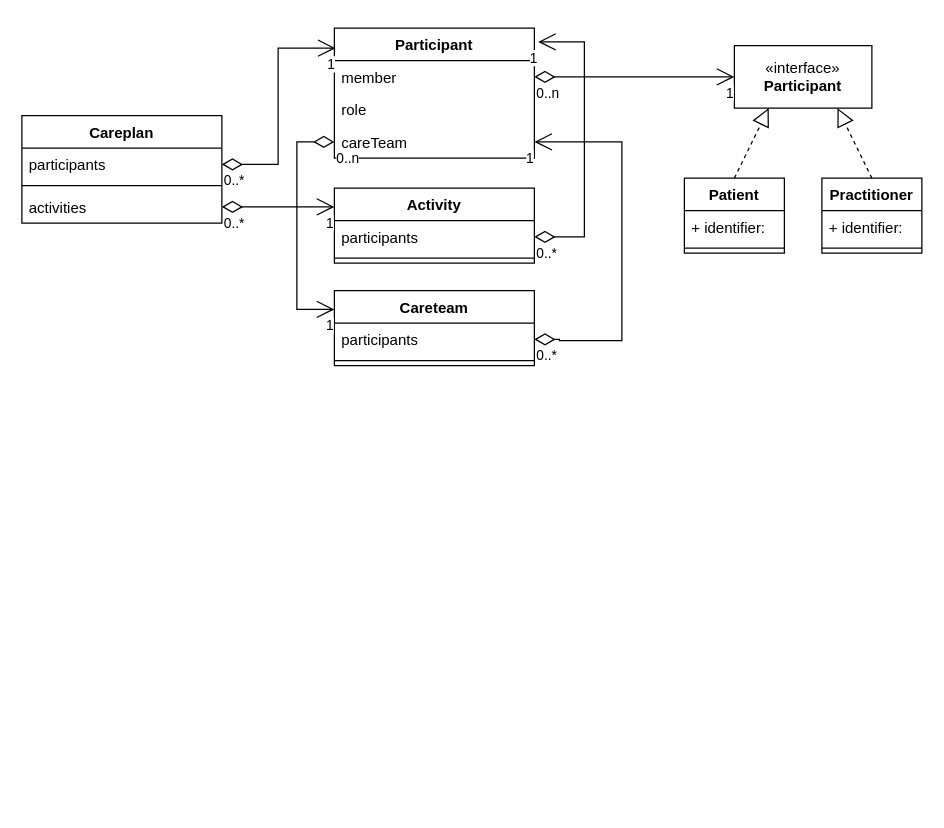
The draw.io diagram topics/KT1 to KT2_migration.drawio in Koppeltaal/Koppeltaal-2.0-Specificaties-en-Architectuur, before the edit. Source tidied: cells renumbered, new cells numbered last; positions are measured from the earlier drawing's top-left corner, leaving out a move shared by most shapes. Both pictures are drawn from the tidied source at 125%, with x=0, y=0 at pixel (21, 28).
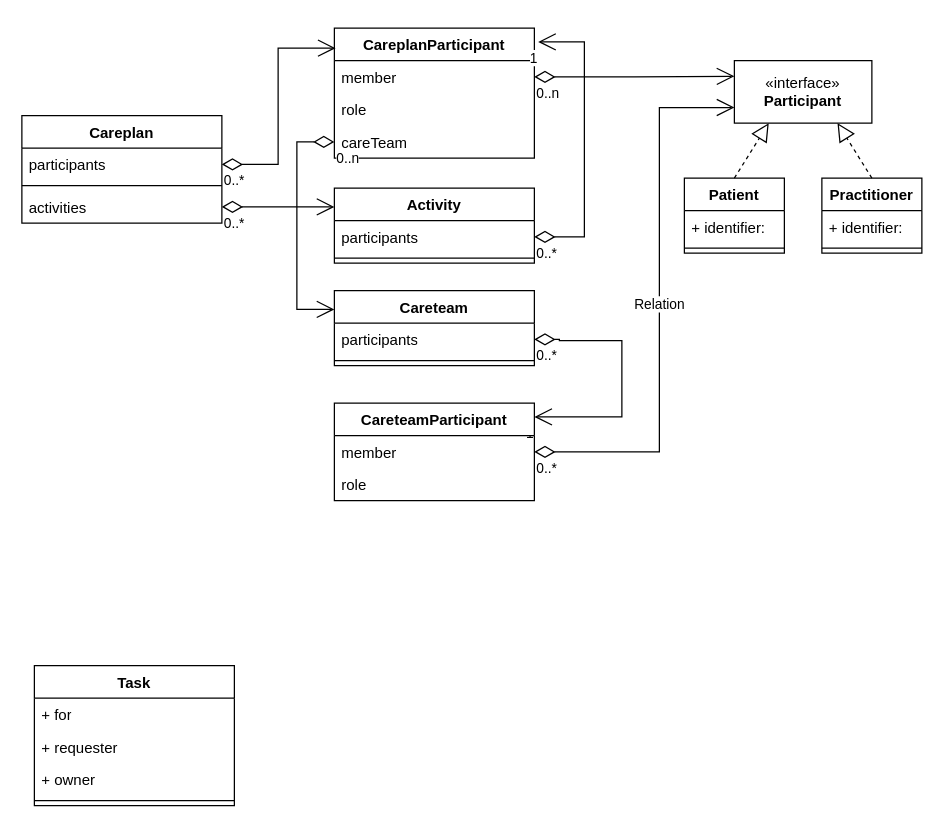
The same diagram, later.

Unchanged cells that the change refers to:
```xml
<mxCell id="7" value="member&lt;br&gt;" style="text;strokeColor=none;fillColor=none;align=left;verticalAlign=top;spacingLeft=4;spacingRight=4;overflow=hidden;points=[[0,0.5],[1,0.5]];portConstraint=eastwest;whiteSpace=wrap;html=1;" parent="6" vertex="1">
  <mxGeometry y="26" width="160" height="26" as="geometry" />
</mxCell>
<mxCell id="9" value="careTeam" style="text;strokeColor=none;fillColor=none;align=left;verticalAlign=top;spacingLeft=4;spacingRight=4;overflow=hidden;points=[[0,0.5],[1,0.5]];portConstraint=eastwest;whiteSpace=wrap;html=1;" parent="6" vertex="1">
  <mxGeometry y="78" width="160" height="26" as="geometry" />
</mxCell>
<mxCell id="10" style="endArrow=open;html=1;endSize=12;startArrow=diamondThin;startSize=14;startFill=0;edgeStyle=orthogonalEdgeStyle;rounded=0;entryX=0.006;entryY=0.154;entryDx=0;entryDy=0;entryPerimeter=0;" parent="1" edge="1" source="3" target="6">
  <mxGeometry relative="1" as="geometry" />
</mxCell>
<mxCell id="16" style="endArrow=open;html=1;endSize=12;startArrow=diamondThin;startSize=14;startFill=0;edgeStyle=orthogonalEdgeStyle;rounded=0;exitX=1;exitY=0.5;exitDx=0;exitDy=0;entryX=0;entryY=0.25;entryDx=0;entryDy=0;" parent="1" edge="1" source="5" target="13">
  <mxGeometry relative="1" as="geometry" />
</mxCell>
<mxCell id="35" value="partici&lt;span style=&quot;white-space: pre;&quot;&gt;pants&lt;/span&gt;" style="text;strokeColor=none;fillColor=none;align=left;verticalAlign=top;spacingLeft=4;spacingRight=4;overflow=hidden;points=[[0,0.5],[1,0.5]];portConstraint=eastwest;whiteSpace=wrap;html=1;" parent="34" vertex="1">
  <mxGeometry y="26" width="160" height="26" as="geometry" />
</mxCell>
<mxCell id="40" style="endArrow=open;html=1;endSize=12;startArrow=diamondThin;startSize=14;startFill=0;edgeStyle=orthogonalEdgeStyle;rounded=0;exitX=0;exitY=0.5;exitDx=0;exitDy=0;entryX=0;entryY=0.25;entryDx=0;entryDy=0;" parent="1" edge="1" source="9" target="34">
  <mxGeometry relative="1" as="geometry">
    <Array as="points">
      <mxPoint x="220" y="91" />
      <mxPoint x="220" y="225" />
    </Array>
  </mxGeometry>
</mxCell>
```

Diff of the diagram source:
```diff
@@
-    <mxCell id="6" value="Participant" style="swimlane;fontStyle=1;align=center;verticalAlign=top;horizontal=1;startSize=26;whiteSpace=wrap;html=1;" parent="1" vertex="1">
+    <mxCell id="6" value="CareplanParticipant" style="swimlane;fontStyle=1;align=center;verticalAlign=top;horizontal=1;startSize=26;whiteSpace=wrap;html=1;" parent="1" vertex="1">
       <mxGeometry x="250" width="160" height="104" as="geometry" />
     </mxCell>
@@
-    <mxCell id="12" value="1" style="edgeLabel;html=1;align=right;verticalAlign=top;" parent="10" vertex="1">
-      <mxGeometry x="1" relative="1" as="geometry" />
-    </mxCell>
@@
-    <mxCell id="18" value="1" style="edgeLabel;html=1;align=right;verticalAlign=top;" parent="16" vertex="1">
-      <mxGeometry x="1" relative="1" as="geometry" />
-    </mxCell>
@@
     <mxCell id="22" value="«interface»&lt;br&gt;&lt;b&gt;Participant&lt;/b&gt;" style="html=1;whiteSpace=wrap;" parent="1" vertex="1">
-      <mxGeometry x="570" y="14" width="110" height="50" as="geometry" />
+      <mxGeometry x="570" y="26" width="110" height="50" as="geometry" />
     </mxCell>
@@
-    <mxCell id="31" style="endArrow=open;html=1;endSize=12;startArrow=diamondThin;startSize=14;startFill=0;edgeStyle=orthogonalEdgeStyle;rounded=0;exitX=1;exitY=0.5;exitDx=0;exitDy=0;entryX=0;entryY=0.5;entryDx=0;entryDy=0;" parent="1" edge="1" source="7" target="22">
+    <mxCell id="31" style="endArrow=open;html=1;endSize=12;startArrow=diamondThin;startSize=14;startFill=0;edgeStyle=orthogonalEdgeStyle;rounded=0;exitX=1;exitY=0.5;exitDx=0;exitDy=0;entryX=0;entryY=0.25;entryDx=0;entryDy=0;" parent="1" edge="1" source="7" target="22">
       <mxGeometry relative="1" as="geometry" />
     </mxCell>
@@
-    <mxCell id="33" value="1" style="edgeLabel;html=1;align=right;verticalAlign=top;" parent="31" vertex="1">
-      <mxGeometry x="1" relative="1" as="geometry" />
-    </mxCell>
@@
-    <mxCell id="37" style="endArrow=open;html=1;endSize=12;startArrow=diamondThin;startSize=14;startFill=0;edgeStyle=orthogonalEdgeStyle;rounded=0;exitX=1;exitY=0.5;exitDx=0;exitDy=0;entryX=1;entryY=0.5;entryDx=0;entryDy=0;" parent="1" edge="1" source="35" target="9">
+    <mxCell id="37" style="endArrow=open;html=1;endSize=12;startArrow=diamondThin;startSize=14;startFill=0;edgeStyle=orthogonalEdgeStyle;rounded=0;exitX=1;exitY=0.5;exitDx=0;exitDy=0;entryX=1;entryY=0.141;entryDx=0;entryDy=0;entryPerimeter=0;" parent="1" edge="1" source="35" target="43">
       <mxGeometry relative="1" as="geometry">
         <Array as="points">
           <mxPoint x="430" y="249" />
           <mxPoint x="430" y="250" />
           <mxPoint x="480" y="250" />
-          <mxPoint x="480" y="91" />
+          <mxPoint x="480" y="311" />
         </Array>
       </mxGeometry>
     </mxCell>
@@
-    <mxCell id="42" value="1" style="edgeLabel;html=1;align=right;verticalAlign=top;" parent="40" vertex="1">
-      <mxGeometry x="1" relative="1" as="geometry" />
-    </mxCell>
+    <mxCell id="43" value="CareteamParticipant" style="swimlane;fontStyle=1;align=center;verticalAlign=top;horizontal=1;startSize=26;whiteSpace=wrap;html=1;" parent="1" vertex="1">
+      <mxGeometry x="250" y="300" width="160" height="78" as="geometry" />
+    </mxCell>
+    <mxCell id="44" value="member&lt;br&gt;" style="text;strokeColor=none;fillColor=none;align=left;verticalAlign=top;spacingLeft=4;spacingRight=4;overflow=hidden;points=[[0,0.5],[1,0.5]];portConstraint=eastwest;whiteSpace=wrap;html=1;" parent="43" vertex="1">
+      <mxGeometry y="26" width="160" height="26" as="geometry" />
+    </mxCell>
+    <mxCell id="45" value="role" style="text;strokeColor=none;fillColor=none;align=left;verticalAlign=top;spacingLeft=4;spacingRight=4;overflow=hidden;whiteSpace=wrap;html=1;" parent="43" vertex="1">
+      <mxGeometry y="52" width="160" height="26" as="geometry" />
+    </mxCell>
+    <mxCell id="46" value="Relation" style="endArrow=open;html=1;endSize=12;startArrow=diamondThin;startSize=14;startFill=0;edgeStyle=orthogonalEdgeStyle;rounded=0;exitX=1;exitY=0.5;exitDx=0;exitDy=0;entryX=0;entryY=0.75;entryDx=0;entryDy=0;" parent="1" edge="1" source="44" target="22">
+      <mxGeometry relative="1" as="geometry">
+        <Array as="points">
+          <mxPoint x="510" y="339" />
+          <mxPoint x="510" y="64" />
+        </Array>
+      </mxGeometry>
+    </mxCell>
+    <mxCell id="47" value="0..*" style="edgeLabel;html=1;align=left;verticalAlign=top;" parent="46" vertex="1">
+      <mxGeometry x="-1" relative="1" as="geometry" />
+    </mxCell>
+    <mxCell id="48" value="Task" style="swimlane;fontStyle=1;align=center;verticalAlign=top;horizontal=1;startSize=26;whiteSpace=wrap;html=1;" parent="1" vertex="1">
+      <mxGeometry x="10" y="510" width="160" height="112" as="geometry" />
+    </mxCell>
+    <mxCell id="49" value="+ for" style="text;strokeColor=none;fillColor=none;align=left;verticalAlign=top;spacingLeft=4;spacingRight=4;overflow=hidden;whiteSpace=wrap;html=1;" parent="48" vertex="1">
+      <mxGeometry y="26" width="160" height="26" as="geometry" />
+    </mxCell>
+    <mxCell id="50" value="+ requester" style="text;strokeColor=none;fillColor=none;align=left;verticalAlign=top;spacingLeft=4;spacingRight=4;overflow=hidden;whiteSpace=wrap;html=1;" parent="48" vertex="1">
+      <mxGeometry y="52" width="160" height="26" as="geometry" />
+    </mxCell>
+    <mxCell id="51" value="+ owner" style="text;strokeColor=none;fillColor=none;align=left;verticalAlign=top;spacingLeft=4;spacingRight=4;overflow=hidden;whiteSpace=wrap;html=1;" parent="48" vertex="1">
+      <mxGeometry y="78" width="160" height="26" as="geometry" />
+    </mxCell>
+    <mxCell id="52" style="line;strokeWidth=1;fillColor=none;align=left;verticalAlign=middle;spacingTop=-1;spacingLeft=3;spacingRight=3;labelPosition=right;strokeColor=inherit;" parent="48" vertex="1">
+      <mxGeometry y="104" width="160" height="8" as="geometry" />
+    </mxCell>
```
